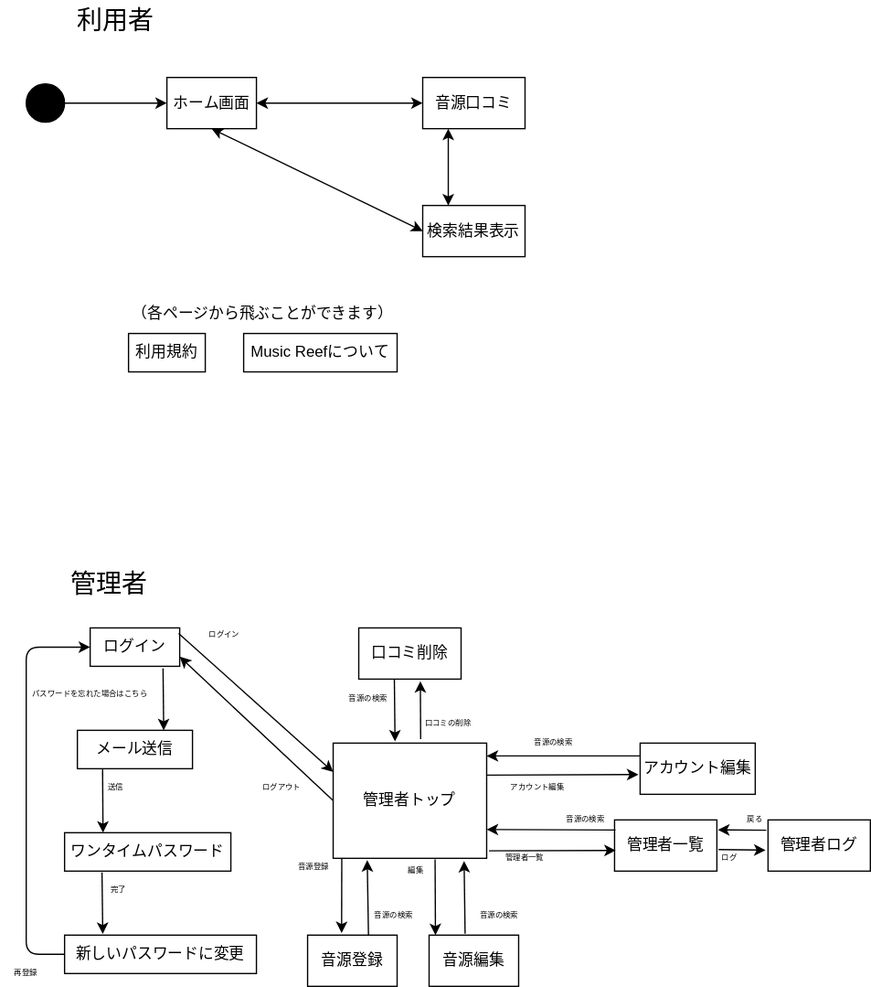
Earlier version of the draw.io export ab.drawio.svg (IshiYoshi765/uml-introduction). Source tidied: cells renumbered, new cells last; positions are measured from the earlier drawing's top-left corner, leaving out a move shared by most shapes.
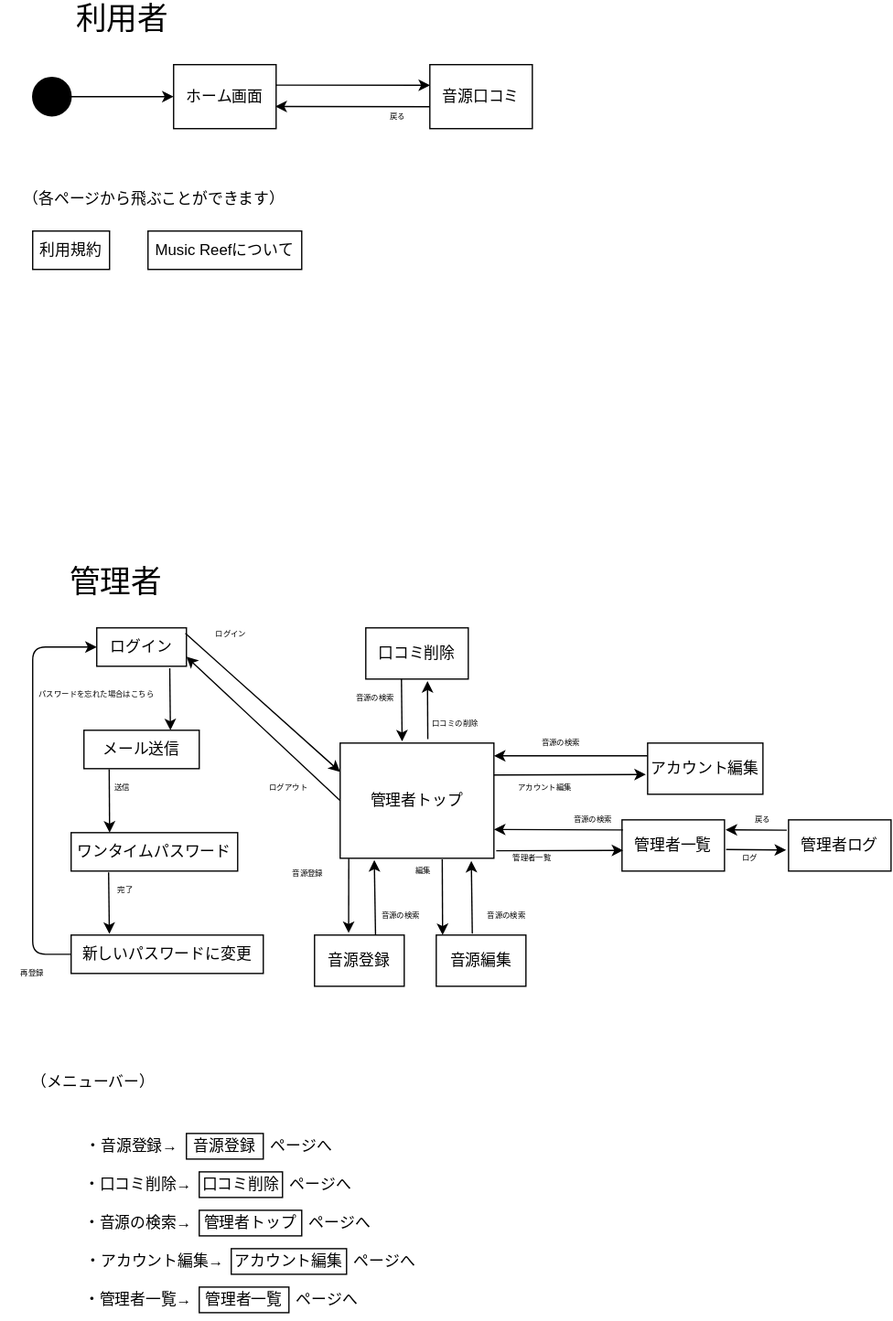
The same file after the commit.

Commit message:
アカウント編集

What changed in the source:
```diff
@@ -3,41 +3,27 @@
     <mxCell id="0" />
     <mxCell id="1" parent="0" />
     <mxCell id="2" value="ホーム画面" style="rounded=0;whiteSpace=wrap;html=1;" parent="1" vertex="1">
-      <mxGeometry x="130" y="60" width="70" height="40" as="geometry" />
+      <mxGeometry x="130" y="50" width="80" height="50" as="geometry" />
     </mxCell>
-    <mxCell id="3" value="検索結果表示" style="rounded=0;whiteSpace=wrap;html=1;" parent="1" vertex="1">
-      <mxGeometry x="330" y="160" width="80" height="40" as="geometry" />
-    </mxCell>
     <mxCell id="4" value="音源口コミ" style="rounded=0;whiteSpace=wrap;html=1;" parent="1" vertex="1">
-      <mxGeometry x="330" y="60" width="80" height="40" as="geometry" />
+      <mxGeometry x="330" y="50" width="80" height="50" as="geometry" />
     </mxCell>
-    <mxCell id="5" style="endArrow=classic;html=1;entryX=0;entryY=0.5;entryDx=0;entryDy=0;" parent="1" edge="1" target="2">
-      <mxGeometry relative="1" as="geometry">
-        <mxPoint x="50" y="80" as="sourcePoint" />
-      </mxGeometry>
+    <mxCell id="5" style="endArrow=classic;html=1;entryX=0;entryY=0.5;entryDx=0;entryDy=0;exitX=1;exitY=0.5;exitDx=0;exitDy=0;" parent="1" edge="1" source="6" target="2">
+      <mxGeometry relative="1" as="geometry" />
     </mxCell>
     <mxCell id="6" style="ellipse;whiteSpace=wrap;html=1;strokeColor=#000000;fillColor=#000000;" parent="1" vertex="1">
-      <mxGeometry x="20" y="65" width="30" height="30" as="geometry" />
+      <mxGeometry x="20" y="60" width="30" height="30" as="geometry" />
     </mxCell>
-    <mxCell id="7" style="endArrow=classic;startArrow=classic;html=1;entryX=0.5;entryY=1;entryDx=0;entryDy=0;exitX=0;exitY=0.5;exitDx=0;exitDy=0;" parent="1" edge="1" source="3" target="2">
-      <mxGeometry relative="1" as="geometry" />
-    </mxCell>
-    <mxCell id="8" style="endArrow=classic;startArrow=classic;html=1;entryX=0;entryY=0.5;entryDx=0;entryDy=0;exitX=1;exitY=0.5;exitDx=0;exitDy=0;" parent="1" edge="1" source="2" target="4">
-      <mxGeometry relative="1" as="geometry" />
-    </mxCell>
-    <mxCell id="9" style="endArrow=classic;startArrow=classic;html=1;entryX=0.25;entryY=1;entryDx=0;entryDy=0;exitX=0.25;exitY=0;exitDx=0;exitDy=0;exitPerimeter=0;" parent="1" edge="1" source="3" target="4">
-      <mxGeometry relative="1" as="geometry" />
-    </mxCell>
     <mxCell id="10" value="利用規約" style="rounded=0;whiteSpace=wrap;html=1;strokeColor=#000000;fillColor=#FFFFFF;" parent="1" vertex="1">
-      <mxGeometry x="100" y="260" width="60" height="30" as="geometry" />
+      <mxGeometry x="20" y="180" width="60" height="30" as="geometry" />
     </mxCell>
     <mxCell id="11" value="Music Reefについて" style="rounded=0;whiteSpace=wrap;html=1;strokeColor=#000000;fillColor=#FFFFFF;" parent="1" vertex="1">
-      <mxGeometry x="190" y="260" width="120" height="30" as="geometry" />
+      <mxGeometry x="110" y="180" width="120" height="30" as="geometry" />
     </mxCell>
     <mxCell id="12" value="（各ページから飛ぶことができます）" style="text;html=1;strokeColor=none;fillColor=none;align=center;verticalAlign=middle;whiteSpace=wrap;rounded=0;" parent="1" vertex="1">
-      <mxGeometry x="100" y="230" width="210" height="30" as="geometry" />
+      <mxGeometry x="10" y="140" width="210" height="30" as="geometry" />
     </mxCell>
-    <mxCell id="13" value="&lt;font style=&quot;font-size: 20px;&quot;&gt;利用者&lt;/font&gt;" style="text;html=1;strokeColor=none;fillColor=none;align=center;verticalAlign=middle;whiteSpace=wrap;rounded=0;" parent="1" vertex="1">
+    <mxCell id="13" value="&lt;font style=&quot;font-size: 24px;&quot;&gt;利用者&lt;/font&gt;" style="text;html=1;strokeColor=none;fillColor=none;align=center;verticalAlign=middle;whiteSpace=wrap;rounded=0;" parent="1" vertex="1">
       <mxGeometry x="50" width="80" height="30" as="geometry" />
     </mxCell>
     <mxCell id="14" value="ログイン" style="rounded=0;whiteSpace=wrap;html=1;" parent="1" vertex="1">
@@ -59,7 +45,7 @@
       <mxGeometry x="480" y="640" width="80" height="40" as="geometry" />
     </mxCell>
     <mxCell id="20" value="管理者ログ" style="rounded=0;whiteSpace=wrap;html=1;" parent="1" vertex="1">
-      <mxGeometry x="600" y="640" width="80" height="40" as="geometry" />
+      <mxGeometry x="610" y="640" width="80" height="40" as="geometry" />
     </mxCell>
     <mxCell id="21" value="音源編集" style="rounded=0;whiteSpace=wrap;html=1;" parent="1" vertex="1">
       <mxGeometry x="335" y="730" width="70" height="40" as="geometry" />
@@ -90,7 +76,7 @@
         </Array>
       </mxGeometry>
     </mxCell>
-    <mxCell id="29" value="&lt;font style=&quot;font-size: 20px;&quot;&gt;管理者&lt;/font&gt;" style="text;html=1;strokeColor=none;fillColor=none;align=center;verticalAlign=middle;whiteSpace=wrap;rounded=0;" parent="1" vertex="1">
+    <mxCell id="29" value="&lt;font style=&quot;font-size: 24px;&quot;&gt;管理者&lt;/font&gt;" style="text;html=1;strokeColor=none;fillColor=none;align=center;verticalAlign=middle;whiteSpace=wrap;rounded=0;" parent="1" vertex="1">
       <mxGeometry x="45" y="440" width="80" height="30" as="geometry" />
     </mxCell>
     <mxCell id="30" value="&lt;font style=&quot;font-size: 6px;&quot;&gt;パスワードを忘れた場合はこちら&lt;/font&gt;" style="text;html=1;strokeColor=none;fillColor=none;align=center;verticalAlign=middle;whiteSpace=wrap;rounded=0;" parent="1" vertex="1">
@@ -164,7 +150,7 @@
       <mxGeometry x="270" y="540" width="35" height="10" as="geometry" />
     </mxCell>
     <mxCell id="52" value="&lt;font style=&quot;font-size: 6px;&quot;&gt;音源登録&lt;/font&gt;" style="text;html=1;strokeColor=none;fillColor=none;align=center;verticalAlign=middle;whiteSpace=wrap;rounded=0;" parent="1" vertex="1">
-      <mxGeometry x="220" y="660" width="50" height="30" as="geometry" />
+      <mxGeometry x="210" y="665" width="50" height="30" as="geometry" />
     </mxCell>
     <mxCell id="53" value="音源の検索" style="text;html=1;strokeColor=none;fillColor=none;align=center;verticalAlign=middle;whiteSpace=wrap;rounded=0;fontSize=6;" parent="1" vertex="1">
       <mxGeometry x="290" y="700" width="35" height="30" as="geometry" />
@@ -188,10 +174,69 @@
       <mxGeometry x="380" y="660" width="60" height="20" as="geometry" />
     </mxCell>
     <mxCell id="60" value="ログ" style="text;html=1;strokeColor=none;fillColor=none;align=center;verticalAlign=middle;whiteSpace=wrap;rounded=0;fontSize=6;" parent="1" vertex="1">
-      <mxGeometry x="550" y="660" width="40" height="20" as="geometry" />
+      <mxGeometry x="560" y="660" width="40" height="20" as="geometry" />
     </mxCell>
     <mxCell id="61" value="戻る" style="text;html=1;strokeColor=none;fillColor=none;align=center;verticalAlign=middle;whiteSpace=wrap;rounded=0;fontSize=6;" parent="1" vertex="1">
       <mxGeometry x="570" y="630" width="40" height="20" as="geometry" />
     </mxCell>
+    <mxCell id="62" style="endArrow=classic;html=1;fontSize=24;entryX=0.002;entryY=0.323;entryDx=0;entryDy=0;entryPerimeter=0;" parent="1" edge="1" target="4">
+      <mxGeometry relative="1" as="geometry">
+        <mxPoint x="210" y="66" as="sourcePoint" />
+      </mxGeometry>
+    </mxCell>
+    <mxCell id="63" style="endArrow=classic;html=1;fontSize=24;entryX=0.993;entryY=0.654;entryDx=0;entryDy=0;exitX=0;exitY=0.657;exitDx=0;exitDy=0;entryPerimeter=0;exitPerimeter=0;" parent="1" edge="1" source="4" target="2">
+      <mxGeometry relative="1" as="geometry" />
+    </mxCell>
+    <mxCell id="64" value="&lt;font style=&quot;font-size: 6px;&quot;&gt;戻る&lt;/font&gt;" style="text;html=1;strokeColor=none;fillColor=none;align=center;verticalAlign=middle;whiteSpace=wrap;rounded=0;fontSize=24;" parent="1" vertex="1">
+      <mxGeometry x="275" y="70" width="60" height="30" as="geometry" />
+    </mxCell>
+    <mxCell id="65" value="&lt;font style=&quot;font-size: 12px;&quot;&gt;（メニューバー）&lt;br&gt;&lt;/font&gt;" style="text;html=1;strokeColor=none;fillColor=none;align=center;verticalAlign=middle;whiteSpace=wrap;rounded=0;fontSize=6;" parent="1" vertex="1">
+      <mxGeometry x="-5" y="820" width="145" height="50" as="geometry" />
+    </mxCell>
+    <mxCell id="66" value="・音源登録→" style="text;html=1;strokeColor=none;fillColor=none;align=center;verticalAlign=middle;whiteSpace=wrap;rounded=0;fontSize=12;" parent="1" vertex="1">
+      <mxGeometry x="40" y="880" width="115" height="30" as="geometry" />
+    </mxCell>
+    <mxCell id="67" value="・口コミ削除→" style="text;html=1;strokeColor=none;fillColor=none;align=center;verticalAlign=middle;whiteSpace=wrap;rounded=0;fontSize=12;" parent="1" vertex="1">
+      <mxGeometry x="45" y="910" width="115" height="30" as="geometry" />
+    </mxCell>
+    <mxCell id="68" value="・アカウント編集→" style="text;html=1;strokeColor=none;fillColor=none;align=center;verticalAlign=middle;whiteSpace=wrap;rounded=0;fontSize=12;" parent="1" vertex="1">
+      <mxGeometry x="57.5" y="970" width="115" height="30" as="geometry" />
+    </mxCell>
+    <mxCell id="69" value="・音源の検索→" style="text;html=1;strokeColor=none;fillColor=none;align=center;verticalAlign=middle;whiteSpace=wrap;rounded=0;fontSize=12;" parent="1" vertex="1">
+      <mxGeometry x="45" y="940" width="115" height="30" as="geometry" />
+    </mxCell>
+    <mxCell id="70" value="・管理者一覧→" style="text;html=1;strokeColor=none;fillColor=none;align=center;verticalAlign=middle;whiteSpace=wrap;rounded=0;fontSize=12;" parent="1" vertex="1">
+      <mxGeometry x="45" y="1000" width="115" height="30" as="geometry" />
+    </mxCell>
+    <mxCell id="71" value="音源登録" style="rounded=0;whiteSpace=wrap;html=1;" parent="1" vertex="1">
+      <mxGeometry x="140" y="885" width="60" height="20" as="geometry" />
+    </mxCell>
+    <mxCell id="72" value="口コミ削除" style="rounded=0;whiteSpace=wrap;html=1;" parent="1" vertex="1">
+      <mxGeometry x="150" y="915" width="65" height="20" as="geometry" />
+    </mxCell>
+    <mxCell id="73" value="管理者トップ" style="rounded=0;whiteSpace=wrap;html=1;" parent="1" vertex="1">
+      <mxGeometry x="150" y="945" width="80" height="20" as="geometry" />
+    </mxCell>
+    <mxCell id="74" value="アカウント編集" style="rounded=0;whiteSpace=wrap;html=1;" parent="1" vertex="1">
+      <mxGeometry x="175" y="975" width="90" height="20" as="geometry" />
+    </mxCell>
+    <mxCell id="75" value="管理者一覧" style="rounded=0;whiteSpace=wrap;html=1;" parent="1" vertex="1">
+      <mxGeometry x="150" y="1005" width="70" height="20" as="geometry" />
+    </mxCell>
+    <mxCell id="76" value="ページへ" style="text;html=1;strokeColor=none;fillColor=none;align=center;verticalAlign=middle;whiteSpace=wrap;rounded=0;fontSize=12;" parent="1" vertex="1">
+      <mxGeometry x="200" y="885" width="60" height="20" as="geometry" />
+    </mxCell>
+    <mxCell id="77" value="ページへ" style="text;html=1;strokeColor=none;fillColor=none;align=center;verticalAlign=middle;whiteSpace=wrap;rounded=0;fontSize=12;" parent="1" vertex="1">
+      <mxGeometry x="215" y="915" width="60" height="20" as="geometry" />
+    </mxCell>
+    <mxCell id="78" value="ページへ" style="text;html=1;strokeColor=none;fillColor=none;align=center;verticalAlign=middle;whiteSpace=wrap;rounded=0;fontSize=12;" parent="1" vertex="1">
+      <mxGeometry x="230" y="945" width="60" height="20" as="geometry" />
+    </mxCell>
+    <mxCell id="79" value="ページへ" style="text;html=1;strokeColor=none;fillColor=none;align=center;verticalAlign=middle;whiteSpace=wrap;rounded=0;fontSize=12;" parent="1" vertex="1">
+      <mxGeometry x="265" y="975" width="60" height="20" as="geometry" />
+    </mxCell>
+    <mxCell id="80" value="ページへ" style="text;html=1;strokeColor=none;fillColor=none;align=center;verticalAlign=middle;whiteSpace=wrap;rounded=0;fontSize=12;" parent="1" vertex="1">
+      <mxGeometry x="220" y="1005" width="60" height="20" as="geometry" />
+    </mxCell>
   </root>
 </mxGraphModel>
```
